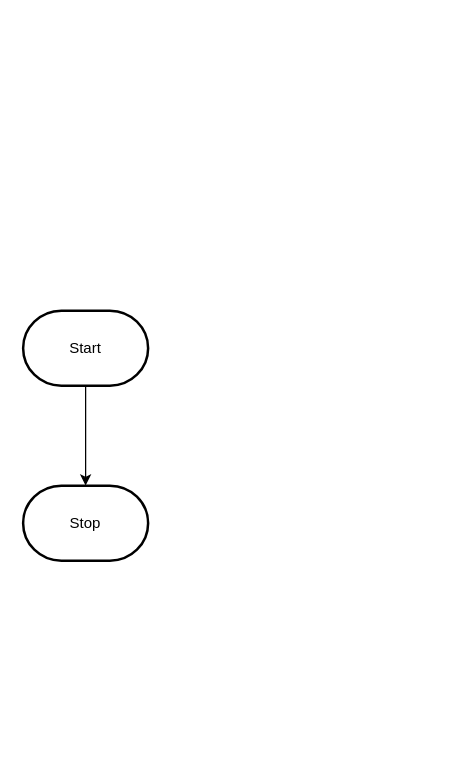
MTHS-ICS2O-2-2022/ICS2O-Unit-5-04-Armatys22 keeps this draw.io diagram as design/flowchart.drawio. Above is the earlier version. Source tidied: cells renumbered, new cells numbered last; positions are measured from the earlier drawing's top-left corner, leaving out a move shared by most shapes. Both pictures are drawn from the tidied source at 125%, with x=0, y=0 at pixel (22, 310).
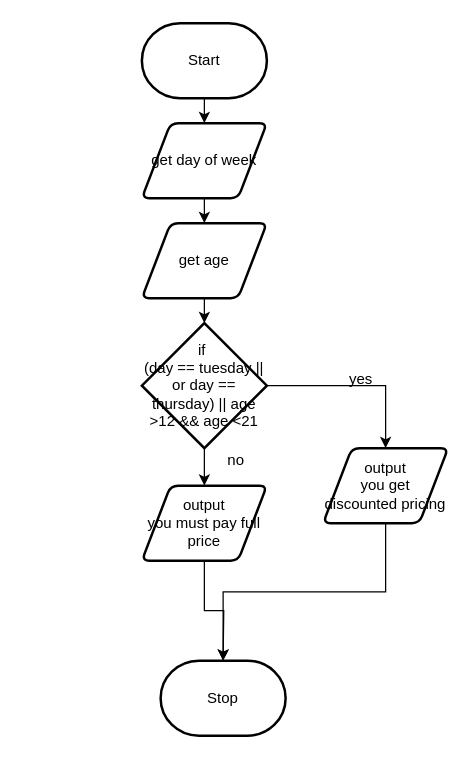
After the change.

Diff of the diagram source:
```diff
@@
 <mxGraphModel>
   <root>
     <mxCell id="0" />
     <mxCell id="1" parent="0" />
-    <mxCell id="2" style="edgeStyle=orthogonalEdgeStyle;html=1;rounded=0;" parent="1" edge="1" source="3" target="4">
-      <mxGeometry relative="1" as="geometry" />
-    </mxCell>
+    <mxCell id="5" style="edgeStyle=none;html=1;exitX=0.5;exitY=1;exitDx=0;exitDy=0;exitPerimeter=0;entryX=0.5;entryY=0;entryDx=0;entryDy=0;" parent="1" edge="1" source="3" target="7">
+      <mxGeometry relative="1" as="geometry" />
+    </mxCell>
     <mxCell id="3" value="Start" style="strokeWidth=2;html=1;shape=mxgraph.flowchart.terminator;whiteSpace=wrap;" parent="1" vertex="1">
-      <mxGeometry width="100" height="60" as="geometry" />
+      <mxGeometry x="95" y="-230" width="100" height="60" as="geometry" />
     </mxCell>
     <mxCell id="4" value="Stop" style="strokeWidth=2;html=1;shape=mxgraph.flowchart.terminator;whiteSpace=wrap;" parent="1" vertex="1">
-      <mxGeometry y="140" width="100" height="60" as="geometry" />
+      <mxGeometry x="110" y="280" width="100" height="60" as="geometry" />
     </mxCell>
+    <mxCell id="6" style="edgeStyle=none;html=1;exitX=0.5;exitY=1;exitDx=0;exitDy=0;entryX=0.5;entryY=0;entryDx=0;entryDy=0;" parent="1" edge="1" source="7" target="9">
+      <mxGeometry relative="1" as="geometry" />
+    </mxCell>
+    <mxCell id="7" value="get day of week" style="shape=parallelogram;html=1;strokeWidth=2;perimeter=parallelogramPerimeter;whiteSpace=wrap;rounded=1;arcSize=12;size=0.23;" parent="1" vertex="1">
+      <mxGeometry x="95" y="-150" width="100" height="60" as="geometry" />
+    </mxCell>
+    <mxCell id="8" style="edgeStyle=orthogonalEdgeStyle;rounded=0;html=1;exitX=0.5;exitY=1;exitDx=0;exitDy=0;entryX=0.5;entryY=0;entryDx=0;entryDy=0;entryPerimeter=0;" parent="1" edge="1" source="9" target="12">
+      <mxGeometry relative="1" as="geometry" />
+    </mxCell>
+    <mxCell id="9" value="get age" style="shape=parallelogram;html=1;strokeWidth=2;perimeter=parallelogramPerimeter;whiteSpace=wrap;rounded=1;arcSize=12;size=0.23;" parent="1" vertex="1">
+      <mxGeometry x="95" y="-70" width="100" height="60" as="geometry" />
+    </mxCell>
+    <mxCell id="10" style="edgeStyle=orthogonalEdgeStyle;html=1;exitX=1;exitY=0.5;exitDx=0;exitDy=0;exitPerimeter=0;entryX=0.5;entryY=0;entryDx=0;entryDy=0;rounded=0;" parent="1" edge="1" source="12" target="15">
+      <mxGeometry relative="1" as="geometry" />
+    </mxCell>
+    <mxCell id="11" style="edgeStyle=orthogonalEdgeStyle;rounded=0;html=1;exitX=0.5;exitY=1;exitDx=0;exitDy=0;exitPerimeter=0;entryX=0.5;entryY=0;entryDx=0;entryDy=0;" parent="1" edge="1" source="12" target="17">
+      <mxGeometry relative="1" as="geometry" />
+    </mxCell>
+    <mxCell id="12" value="if&amp;nbsp;&lt;br&gt;(day == tuesday || or day == thursday) || age &amp;gt;12 &amp;amp;&amp;amp; age &amp;lt;21" style="strokeWidth=2;html=1;shape=mxgraph.flowchart.decision;whiteSpace=wrap;" parent="1" vertex="1">
+      <mxGeometry x="95" y="10" width="100" height="100" as="geometry" />
+    </mxCell>
+    <mxCell id="13" value="yes" style="text;html=1;align=center;verticalAlign=middle;strokeColor=none;fillColor=none;" parent="1" vertex="1">
+      <mxGeometry x="250" y="40" width="40" height="30" as="geometry" />
+    </mxCell>
+    <mxCell id="14" style="edgeStyle=orthogonalEdgeStyle;rounded=0;html=1;exitX=0.5;exitY=1;exitDx=0;exitDy=0;entryX=0.5;entryY=0;entryDx=0;entryDy=0;entryPerimeter=0;" parent="1" edge="1" source="15" target="4">
+      <mxGeometry relative="1" as="geometry" />
+    </mxCell>
+    <mxCell id="15" value="output&lt;br&gt;you get discounted pricing" style="shape=parallelogram;html=1;strokeWidth=2;perimeter=parallelogramPerimeter;whiteSpace=wrap;rounded=1;arcSize=12;size=0.23;" parent="1" vertex="1">
+      <mxGeometry x="240" y="110" width="100" height="60" as="geometry" />
+    </mxCell>
+    <mxCell id="16" style="edgeStyle=orthogonalEdgeStyle;rounded=0;html=1;exitX=0.5;exitY=1;exitDx=0;exitDy=0;" parent="1" edge="1" source="17">
+      <mxGeometry relative="1" as="geometry">
+        <mxPoint x="160" y="280" as="targetPoint" />
+      </mxGeometry>
+    </mxCell>
+    <mxCell id="17" value="output&lt;br&gt;you must pay full price" style="shape=parallelogram;html=1;strokeWidth=2;perimeter=parallelogramPerimeter;whiteSpace=wrap;rounded=1;arcSize=12;size=0.23;" parent="1" vertex="1">
+      <mxGeometry x="95" y="140" width="100" height="60" as="geometry" />
+    </mxCell>
+    <mxCell id="18" value="no" style="text;html=1;align=center;verticalAlign=middle;strokeColor=none;fillColor=none;" parent="1" vertex="1">
+      <mxGeometry x="150" y="105" width="40" height="30" as="geometry" />
+    </mxCell>
   </root>
 </mxGraphModel>
```
